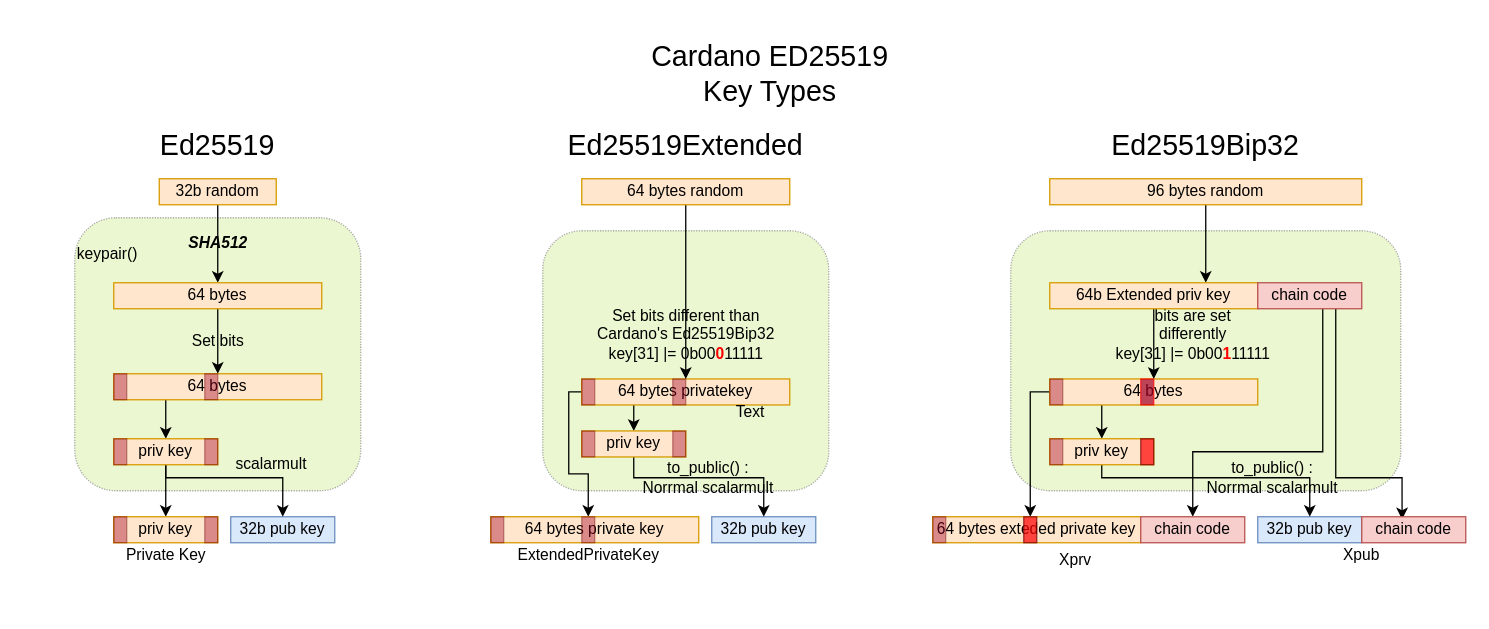
Before: diagrams/Ed25519 Types.drawio in ilap/ShelleyStuffs, a draw.io diagram. Source tidied: cells renumbered, new cells numbered last; positions are measured from the earlier drawing's top-left corner, leaving out a move shared by most shapes. Both pictures are drawn from the tidied source at 130%, with x=0, y=0 at pixel (74, 35).
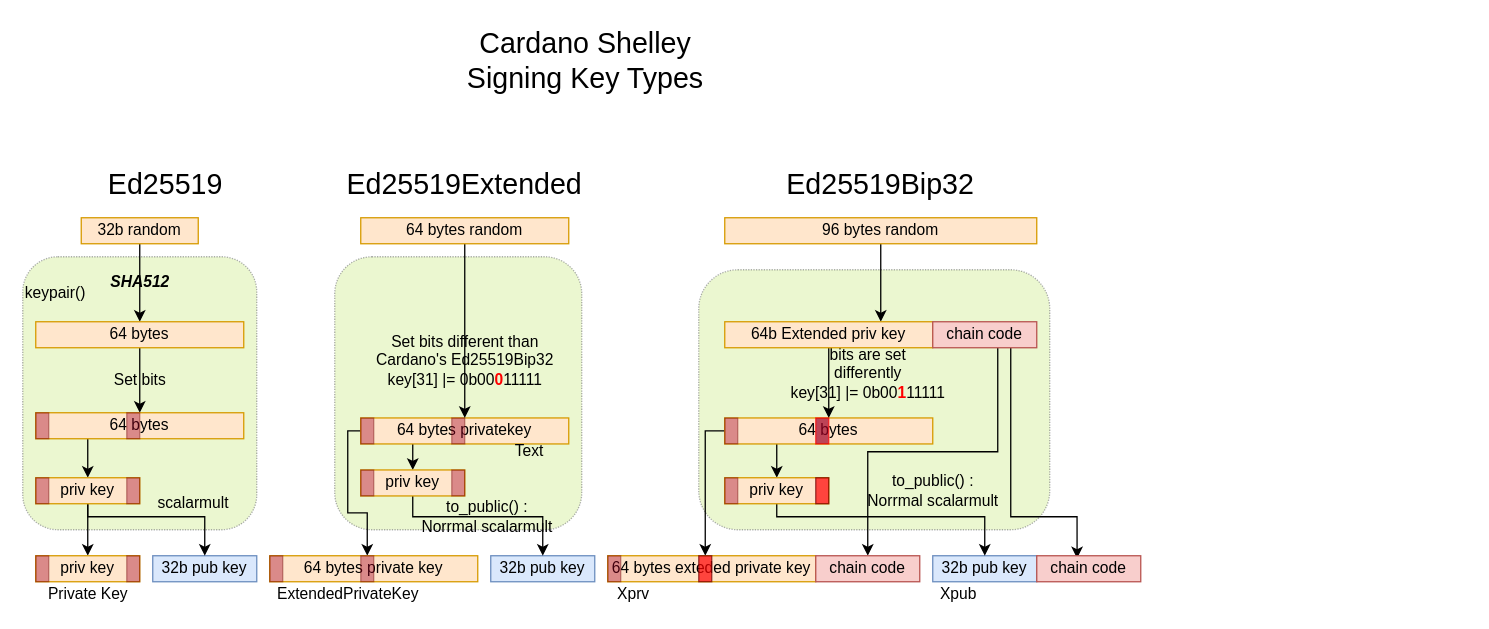
The same diagram, later.

What changed in the source:
```diff
@@
     <mxCell id="2" value="&lt;br&gt;keypair()" style="rounded=1;whiteSpace=wrap;html=1;fontSize=12;opacity=40;align=left;verticalAlign=top;dashed=1;dashPattern=1 1;fillColor=#cdeb8b;strokeColor=#36393d;" parent="1" vertex="1">
-      <mxGeometry y="140" width="220" height="210" as="geometry" />
+      <mxGeometry x="-40" y="170" width="180" height="210" as="geometry" />
     </mxCell>
     <mxCell id="3" style="rounded=1;whiteSpace=wrap;html=1;fontSize=12;opacity=40;align=left;verticalAlign=top;dashed=1;dashPattern=1 1;fillColor=#cdeb8b;strokeColor=#36393d;" parent="1" vertex="1">
-      <mxGeometry x="360" y="150" width="220" height="200" as="geometry" />
+      <mxGeometry x="200" y="170" width="190" height="210" as="geometry" />
     </mxCell>
     <mxCell id="4" style="rounded=1;whiteSpace=wrap;html=1;fontSize=12;opacity=40;align=left;verticalAlign=top;dashed=1;dashPattern=1 1;fillColor=#cdeb8b;strokeColor=#36393d;" parent="1" vertex="1">
-      <mxGeometry x="720" y="150" width="300" height="200" as="geometry" />
+      <mxGeometry x="480" y="180" width="270" height="200" as="geometry" />
     </mxCell>
     <mxCell id="5" style="edgeStyle=orthogonalEdgeStyle;rounded=0;jettySize=auto;html=1;entryX=0.5;entryY=0;entryDx=0;entryDy=0;fontSize=12;" parent="1" edge="1" source="7" target="22">
       <mxGeometry relative="1" as="geometry">
         <Array as="points">
-          <mxPoint x="430" y="294" />
-          <mxPoint x="430" y="294" />
+          <mxPoint x="260" y="324" />
+          <mxPoint x="260" y="324" />
         </Array>
       </mxGeometry>
     </mxCell>
     <mxCell id="6" style="edgeStyle=orthogonalEdgeStyle;rounded=0;jettySize=auto;html=1;entryX=0.5;entryY=0;entryDx=0;entryDy=0;labelBackgroundColor=none;fontSize=12;" parent="1" edge="1" source="7" target="42">
       <mxGeometry relative="1" as="geometry">
         <Array as="points">
-          <mxPoint x="380" y="274" />
-          <mxPoint x="380" y="337" />
-          <mxPoint x="395" y="337" />
+          <mxPoint x="210" y="304" />
+          <mxPoint x="210" y="367" />
+          <mxPoint x="225" y="367" />
         </Array>
       </mxGeometry>
     </mxCell>
     <mxCell id="7" value="64 bytes privatekey" style="rounded=0;whiteSpace=wrap;html=1;fontSize=12;align=center;fillColor=#ffe6cc;strokeColor=#d79b00;fontStyle=0;" parent="1" vertex="1">
-      <mxGeometry x="390" y="264" width="160" height="20" as="geometry" />
+      <mxGeometry x="220" y="294" width="160" height="20" as="geometry" />
     </mxCell>
     <mxCell id="8" style="rounded=0;whiteSpace=wrap;html=1;fontSize=12;align=center;fillColor=#a20025;strokeColor=#6F0000;fontColor=#ffffff;opacity=40;" parent="1" vertex="1">
-      <mxGeometry x="390" y="264" width="10" height="20" as="geometry" />
+      <mxGeometry x="220" y="294" width="10" height="20" as="geometry" />
     </mxCell>
     <mxCell id="9" style="rounded=0;whiteSpace=wrap;html=1;fontSize=12;align=center;fillColor=#a20025;strokeColor=#6F0000;fontColor=#ffffff;opacity=40;" parent="1" vertex="1">
-      <mxGeometry x="460" y="264" width="10" height="20" as="geometry" />
+      <mxGeometry x="290" y="294" width="10" height="20" as="geometry" />
     </mxCell>
-    <mxCell id="10" value="Cardano ED25519 &lt;br&gt;Key Types &lt;br&gt;" style="text;html=1;strokeColor=none;fillColor=none;align=center;verticalAlign=middle;whiteSpace=wrap;rounded=0;fontSize=22;" parent="1" vertex="1">
-      <mxGeometry x="415" width="240" height="60" as="geometry" />
+    <mxCell id="10" value="Cardano Shelley &lt;br&gt;Signing Key Types " style="text;html=1;strokeColor=none;fillColor=none;align=center;verticalAlign=middle;whiteSpace=wrap;rounded=0;fontSize=22;" parent="1" vertex="1">
+      <mxGeometry x="212" y="-10" width="362" height="60" as="geometry" />
     </mxCell>
     <mxCell id="11" value="Ed25519" style="text;html=1;strokeColor=none;fillColor=none;align=center;verticalAlign=middle;whiteSpace=wrap;rounded=0;fontSize=22;" parent="1" vertex="1">
-      <mxGeometry x="55" y="70" width="110" height="30" as="geometry" />
+      <mxGeometry x="15" y="100" width="110" height="30" as="geometry" />
     </mxCell>
     <mxCell id="12" value="Ed25519Extended" style="text;html=1;strokeColor=none;fillColor=none;align=center;verticalAlign=middle;whiteSpace=wrap;rounded=0;fontSize=22;" parent="1" vertex="1">
-      <mxGeometry x="370" y="70" width="200" height="30" as="geometry" />
+      <mxGeometry x="200" y="100" width="200" height="30" as="geometry" />
     </mxCell>
     <mxCell id="13" value="Ed25519Bip32" style="text;html=1;strokeColor=none;fillColor=none;align=center;verticalAlign=middle;whiteSpace=wrap;rounded=0;fontSize=22;" parent="1" vertex="1">
-      <mxGeometry x="770" y="70" width="200" height="30" as="geometry" />
+      <mxGeometry x="520" y="100" width="200" height="30" as="geometry" />
     </mxCell>
@@
     <mxCell id="15" value="32b random" style="rounded=0;whiteSpace=wrap;html=1;fontSize=12;align=center;fillColor=#ffe6cc;strokeColor=#d79b00;" parent="1" vertex="1">
-      <mxGeometry x="65" y="110" width="90" height="20" as="geometry" />
+      <mxGeometry x="5" y="140" width="90" height="20" as="geometry" />
     </mxCell>
     <mxCell id="16" value="Set bits different than &lt;br&gt;Cardano's Ed25519Bip32&lt;br&gt;key[31] |= 0b00&lt;b&gt;&lt;font color=&quot;#ff0000&quot;&gt;0&lt;/font&gt;&lt;/b&gt;11111" style="edgeStyle=orthogonalEdgeStyle;rounded=0;jettySize=auto;html=1;entryX=0.5;entryY=0;entryDx=0;entryDy=0;fontSize=12;labelBackgroundColor=none;" parent="1" edge="1" source="17" target="7">
-      <mxGeometry x="0.49" relative="1" as="geometry">
+      <mxGeometry x="0.34" relative="1" as="geometry">
         <Array as="points">
-          <mxPoint x="470" y="140" />
-          <mxPoint x="470" y="140" />
+          <mxPoint x="300" y="170" />
+          <mxPoint x="300" y="170" />
         </Array>
       </mxGeometry>
     </mxCell>
     <mxCell id="17" value="64 bytes random" style="rounded=0;whiteSpace=wrap;html=1;fontSize=12;align=center;fillColor=#ffe6cc;strokeColor=#d79b00;fontStyle=0;" parent="1" vertex="1">
-      <mxGeometry x="390" y="110" width="160" height="20" as="geometry" />
+      <mxGeometry x="220" y="140" width="160" height="20" as="geometry" />
     </mxCell>
@@
     <mxCell id="19" value="96 bytes random" style="rounded=0;whiteSpace=wrap;html=1;fontSize=12;align=center;fillColor=#ffe6cc;strokeColor=#d79b00;" parent="1" vertex="1">
-      <mxGeometry x="750" y="110" width="240" height="20" as="geometry" />
+      <mxGeometry x="500" y="140" width="240" height="20" as="geometry" />
     </mxCell>
     <mxCell id="20" value="32b pub key" style="rounded=0;whiteSpace=wrap;html=1;fontSize=12;align=center;fillColor=#dae8fc;strokeColor=#6c8ebf;fontStyle=0;" parent="1" vertex="1">
-      <mxGeometry x="490" y="370" width="80" height="20" as="geometry" />
+      <mxGeometry x="320" y="400" width="80" height="20" as="geometry" />
     </mxCell>
     <mxCell id="21" value="to_public() : &lt;br&gt;Norrmal scalarmult" style="edgeStyle=orthogonalEdgeStyle;rounded=0;jettySize=auto;html=1;entryX=0.5;entryY=0;entryDx=0;entryDy=0;fontSize=12;labelBackgroundColor=none;" parent="1" edge="1" source="22" target="20">
       <mxGeometry relative="1" as="geometry">
         <Array as="points">
-          <mxPoint x="430" y="340" />
-          <mxPoint x="530" y="340" />
+          <mxPoint x="260" y="370" />
+          <mxPoint x="360" y="370" />
         </Array>
       </mxGeometry>
     </mxCell>
     <mxCell id="22" value="priv key" style="rounded=0;whiteSpace=wrap;html=1;fontSize=12;align=center;fillColor=#ffe6cc;strokeColor=#d79b00;fontStyle=0;" parent="1" vertex="1">
-      <mxGeometry x="390" y="304" width="80" height="20" as="geometry" />
+      <mxGeometry x="220" y="334" width="80" height="20" as="geometry" />
     </mxCell>
     <mxCell id="23" style="rounded=0;whiteSpace=wrap;html=1;fontSize=12;align=center;fillColor=#a20025;strokeColor=#6F0000;fontColor=#ffffff;opacity=40;" parent="1" vertex="1">
-      <mxGeometry x="390" y="304" width="10" height="20" as="geometry" />
+      <mxGeometry x="220" y="334" width="10" height="20" as="geometry" />
     </mxCell>
     <mxCell id="24" style="rounded=0;whiteSpace=wrap;html=1;fontSize=12;align=center;fillColor=#a20025;strokeColor=#6F0000;fontColor=#ffffff;opacity=40;" parent="1" vertex="1">
-      <mxGeometry x="460" y="304" width="10" height="20" as="geometry" />
+      <mxGeometry x="290" y="334" width="10" height="20" as="geometry" />
     </mxCell>
@@
     <mxCell id="26" value="64 bytes" style="rounded=0;whiteSpace=wrap;html=1;fontSize=12;align=center;fillColor=#ffe6cc;strokeColor=#d79b00;fontStyle=0;" parent="1" vertex="1">
-      <mxGeometry x="30" y="190" width="160" height="20" as="geometry" />
+      <mxGeometry x="-30" y="220" width="160" height="20" as="geometry" />
     </mxCell>
     <mxCell id="27" style="edgeStyle=orthogonalEdgeStyle;rounded=0;jettySize=auto;html=1;entryX=0.5;entryY=0;entryDx=0;entryDy=0;fontSize=12;entryPerimeter=0;" parent="1" edge="1" source="28" target="34">
       <mxGeometry relative="1" as="geometry">
         <Array as="points">
-          <mxPoint x="70" y="290" />
-          <mxPoint x="70" y="290" />
+          <mxPoint x="10" y="320" />
+          <mxPoint x="10" y="320" />
         </Array>
       </mxGeometry>
     </mxCell>
     <mxCell id="28" value="64 bytes" style="rounded=0;whiteSpace=wrap;html=1;fontSize=12;align=center;fillColor=#ffe6cc;strokeColor=#d79b00;fontStyle=0;" parent="1" vertex="1">
-      <mxGeometry x="30" y="260" width="160" height="20" as="geometry" />
+      <mxGeometry x="-30" y="290" width="160" height="20" as="geometry" />
     </mxCell>
     <mxCell id="29" style="rounded=0;whiteSpace=wrap;html=1;fontSize=12;align=center;fillColor=#a20025;strokeColor=#6F0000;fontColor=#ffffff;opacity=40;" parent="1" vertex="1">
-      <mxGeometry x="30" y="260" width="10" height="20" as="geometry" />
+      <mxGeometry x="-30" y="290" width="10" height="20" as="geometry" />
     </mxCell>
     <mxCell id="30" style="rounded=0;whiteSpace=wrap;html=1;fontSize=12;align=center;fillColor=#a20025;strokeColor=#6F0000;fontColor=#ffffff;opacity=40;" parent="1" vertex="1">
-      <mxGeometry x="100" y="260" width="10" height="20" as="geometry" />
+      <mxGeometry x="40" y="290" width="10" height="20" as="geometry" />
     </mxCell>
     <mxCell id="31" value="32b pub key" style="rounded=0;whiteSpace=wrap;html=1;fontSize=12;align=center;fillColor=#dae8fc;strokeColor=#6c8ebf;fontStyle=0;" parent="1" vertex="1">
-      <mxGeometry x="120" y="370" width="80" height="20" as="geometry" />
+      <mxGeometry x="60" y="400" width="80" height="20" as="geometry" />
     </mxCell>
     <mxCell id="32" value="scalarmult" style="edgeStyle=orthogonalEdgeStyle;rounded=0;jettySize=auto;html=1;entryX=0.5;entryY=0;entryDx=0;entryDy=0;fontSize=12;labelBackgroundColor=none;" parent="1" edge="1" source="34" target="31">
       <mxGeometry x="0.38" y="10" relative="1" as="geometry">
         <Array as="points">
-          <mxPoint x="70" y="340" />
-          <mxPoint x="160" y="340" />
+          <mxPoint x="10" y="370" />
+          <mxPoint x="100" y="370" />
         </Array>
         <mxPoint x="1" as="offset" />
       </mxGeometry>
     </mxCell>
@@
     <mxCell id="34" value="priv key" style="rounded=0;whiteSpace=wrap;html=1;fontSize=12;align=center;fillColor=#ffe6cc;strokeColor=#d79b00;fontStyle=0;" parent="1" vertex="1">
-      <mxGeometry x="30" y="310" width="80" height="20" as="geometry" />
+      <mxGeometry x="-30" y="340" width="80" height="20" as="geometry" />
     </mxCell>
     <mxCell id="35" style="rounded=0;whiteSpace=wrap;html=1;fontSize=12;align=center;fillColor=#a20025;strokeColor=#6F0000;fontColor=#ffffff;opacity=40;" parent="1" vertex="1">
-      <mxGeometry x="30" y="310" width="10" height="20" as="geometry" />
+      <mxGeometry x="-30" y="340" width="10" height="20" as="geometry" />
     </mxCell>
     <mxCell id="36" style="rounded=0;whiteSpace=wrap;html=1;fontSize=12;align=center;fillColor=#a20025;strokeColor=#6F0000;fontColor=#ffffff;opacity=40;" parent="1" vertex="1">
-      <mxGeometry x="100" y="310" width="10" height="20" as="geometry" />
+      <mxGeometry x="40" y="340" width="10" height="20" as="geometry" />
     </mxCell>
     <mxCell id="37" value="priv key" style="rounded=0;whiteSpace=wrap;html=1;fontSize=12;align=center;fillColor=#ffe6cc;strokeColor=#d79b00;fontStyle=0;" parent="1" vertex="1">
-      <mxGeometry x="30" y="370" width="80" height="20" as="geometry" />
+      <mxGeometry x="-30" y="400" width="80" height="20" as="geometry" />
     </mxCell>
     <mxCell id="38" style="rounded=0;whiteSpace=wrap;html=1;fontSize=12;align=center;fillColor=#a20025;strokeColor=#6F0000;fontColor=#ffffff;opacity=40;" parent="1" vertex="1">
-      <mxGeometry x="30" y="370" width="10" height="20" as="geometry" />
+      <mxGeometry x="-30" y="400" width="10" height="20" as="geometry" />
     </mxCell>
     <mxCell id="39" style="rounded=0;whiteSpace=wrap;html=1;fontSize=12;align=center;fillColor=#a20025;strokeColor=#6F0000;fontColor=#ffffff;opacity=40;" parent="1" vertex="1">
-      <mxGeometry x="100" y="370" width="10" height="20" as="geometry" />
+      <mxGeometry x="40" y="400" width="10" height="20" as="geometry" />
     </mxCell>
     <mxCell id="40" value="64 bytes private key" style="rounded=0;whiteSpace=wrap;html=1;fontSize=12;align=center;fillColor=#ffe6cc;strokeColor=#d79b00;fontStyle=0;" parent="1" vertex="1">
-      <mxGeometry x="320" y="370" width="160" height="20" as="geometry" />
+      <mxGeometry x="150" y="400" width="160" height="20" as="geometry" />
     </mxCell>
     <mxCell id="41" style="rounded=0;whiteSpace=wrap;html=1;fontSize=12;align=center;fillColor=#a20025;strokeColor=#6F0000;fontColor=#ffffff;opacity=40;" parent="1" vertex="1">
-      <mxGeometry x="320" y="370" width="10" height="20" as="geometry" />
+      <mxGeometry x="150" y="400" width="10" height="20" as="geometry" />
     </mxCell>
     <mxCell id="42" style="rounded=0;whiteSpace=wrap;html=1;fontSize=12;align=center;fillColor=#a20025;strokeColor=#6F0000;fontColor=#ffffff;opacity=40;" parent="1" vertex="1">
-      <mxGeometry x="390" y="370" width="10" height="20" as="geometry" />
+      <mxGeometry x="220" y="400" width="10" height="20" as="geometry" />
     </mxCell>
     <mxCell id="43" style="edgeStyle=orthogonalEdgeStyle;rounded=0;jettySize=auto;html=1;entryX=0.5;entryY=0;entryDx=0;entryDy=0;fontSize=12;" parent="1" edge="1" source="45" target="49">
       <mxGeometry relative="1" as="geometry">
         <Array as="points">
-          <mxPoint x="790" y="300" />
-          <mxPoint x="790" y="300" />
+          <mxPoint x="540" y="330" />
+          <mxPoint x="540" y="330" />
         </Array>
       </mxGeometry>
     </mxCell>
     <mxCell id="44" style="edgeStyle=orthogonalEdgeStyle;rounded=0;jettySize=auto;html=1;entryX=0.5;entryY=0;entryDx=0;entryDy=0;labelBackgroundColor=none;fontSize=12;" parent="1" edge="1" source="45" target="54">
       <mxGeometry relative="1" as="geometry">
         <Array as="points">
-          <mxPoint x="735" y="274" />
+          <mxPoint x="485" y="304" />
         </Array>
       </mxGeometry>
     </mxCell>
     <mxCell id="45" value="64 bytes" style="rounded=0;whiteSpace=wrap;html=1;fontSize=12;align=center;fillColor=#ffe6cc;strokeColor=#d79b00;fontStyle=0;" parent="1" vertex="1">
-      <mxGeometry x="750" y="264" width="160" height="20" as="geometry" />
+      <mxGeometry x="500" y="294" width="160" height="20" as="geometry" />
     </mxCell>
     <mxCell id="46" style="rounded=0;whiteSpace=wrap;html=1;fontSize=12;align=center;fillColor=#a20025;strokeColor=#6F0000;fontColor=#ffffff;opacity=40;" parent="1" vertex="1">
-      <mxGeometry x="750" y="264" width="10" height="20" as="geometry" />
+      <mxGeometry x="500" y="294" width="10" height="20" as="geometry" />
     </mxCell>
     <mxCell id="47" value="32b pub key" style="rounded=0;whiteSpace=wrap;html=1;fontSize=12;align=center;fillColor=#dae8fc;strokeColor=#6c8ebf;fontStyle=0;" parent="1" vertex="1">
-      <mxGeometry x="910" y="370" width="80" height="20" as="geometry" />
+      <mxGeometry x="660" y="400" width="80" height="20" as="geometry" />
     </mxCell>
     <mxCell id="48" value="to_public() : &lt;br&gt;Norrmal scalarmult" style="edgeStyle=orthogonalEdgeStyle;rounded=0;jettySize=auto;html=1;entryX=0.5;entryY=0;entryDx=0;entryDy=0;fontSize=12;labelBackgroundColor=none;" parent="1" edge="1" source="49" target="47">
-      <mxGeometry x="0.41" relative="1" as="geometry">
+      <mxGeometry x="0.3" y="20" relative="1" as="geometry">
         <Array as="points">
-          <mxPoint x="790" y="340" />
-          <mxPoint x="950" y="340" />
+          <mxPoint x="540" y="370" />
+          <mxPoint x="700" y="370" />
         </Array>
       </mxGeometry>
     </mxCell>
     <mxCell id="49" value="priv key" style="rounded=0;whiteSpace=wrap;html=1;fontSize=12;align=center;fillColor=#ffe6cc;strokeColor=#d79b00;fontStyle=0;" parent="1" vertex="1">
-      <mxGeometry x="750" y="310" width="80" height="20" as="geometry" />
+      <mxGeometry x="500" y="340" width="80" height="20" as="geometry" />
     </mxCell>
     <mxCell id="50" style="rounded=0;whiteSpace=wrap;html=1;fontSize=12;align=center;fillColor=#a20025;strokeColor=#6F0000;fontColor=#ffffff;opacity=40;" parent="1" vertex="1">
-      <mxGeometry x="750" y="310" width="10" height="20" as="geometry" />
+      <mxGeometry x="500" y="340" width="10" height="20" as="geometry" />
     </mxCell>
     <mxCell id="51" style="rounded=0;whiteSpace=wrap;html=1;fontSize=12;align=center;strokeColor=#6F0000;fontColor=#ffffff;opacity=70;fillColor=#FF0000;" parent="1" vertex="1">
-      <mxGeometry x="820" y="310" width="10" height="20" as="geometry" />
+      <mxGeometry x="570" y="340" width="10" height="20" as="geometry" />
     </mxCell>
     <mxCell id="52" value="64 bytes exteded private key" style="rounded=0;whiteSpace=wrap;html=1;fontSize=12;align=center;fillColor=#ffe6cc;strokeColor=#d79b00;fontStyle=0;" parent="1" vertex="1">
-      <mxGeometry x="660" y="370" width="160" height="20" as="geometry" />
+      <mxGeometry x="410" y="400" width="160" height="20" as="geometry" />
     </mxCell>
     <mxCell id="53" style="rounded=0;whiteSpace=wrap;html=1;fontSize=12;align=center;fillColor=#a20025;strokeColor=#6F0000;fontColor=#ffffff;opacity=40;" parent="1" vertex="1">
-      <mxGeometry x="660" y="370" width="10" height="20" as="geometry" />
+      <mxGeometry x="410" y="400" width="10" height="20" as="geometry" />
     </mxCell>
     <mxCell id="54" style="rounded=0;whiteSpace=wrap;html=1;fontSize=12;align=center;strokeColor=#6F0000;fontColor=#ffffff;opacity=70;fillColor=#FF0000;" parent="1" vertex="1">
-      <mxGeometry x="730" y="370" width="10" height="20" as="geometry" />
+      <mxGeometry x="480" y="400" width="10" height="20" as="geometry" />
     </mxCell>
@@
     <mxCell id="56" value="64b Extended priv key" style="rounded=0;whiteSpace=wrap;html=1;fontSize=12;align=center;fillColor=#ffe6cc;strokeColor=#d79b00;" parent="1" vertex="1">
-      <mxGeometry x="750" y="190" width="160" height="20" as="geometry" />
+      <mxGeometry x="500" y="220" width="160" height="20" as="geometry" />
     </mxCell>
     <mxCell id="57" style="edgeStyle=orthogonalEdgeStyle;rounded=0;jettySize=auto;html=1;entryX=0.388;entryY=0.1;entryDx=0;entryDy=0;entryPerimeter=0;labelBackgroundColor=none;fontSize=12;" parent="1" edge="1" source="59" target="60">
       <mxGeometry relative="1" as="geometry">
         <Array as="points">
-          <mxPoint x="970" y="340" />
-          <mxPoint x="1021" y="340" />
+          <mxPoint x="720" y="370" />
+          <mxPoint x="771" y="370" />
         </Array>
       </mxGeometry>
     </mxCell>
     <mxCell id="58" style="edgeStyle=orthogonalEdgeStyle;rounded=0;jettySize=auto;html=1;entryX=0.5;entryY=0;entryDx=0;entryDy=0;labelBackgroundColor=none;fontSize=12;" parent="1" edge="1" source="59" target="61">
       <mxGeometry relative="1" as="geometry">
         <Array as="points">
-          <mxPoint x="960" y="320" />
-          <mxPoint x="860" y="320" />
+          <mxPoint x="710" y="320" />
+          <mxPoint x="610" y="320" />
         </Array>
       </mxGeometry>
     </mxCell>
     <mxCell id="59" value="chain code" style="rounded=0;whiteSpace=wrap;html=1;fontSize=12;align=center;fillColor=#f8cecc;strokeColor=#b85450;" parent="1" vertex="1">
-      <mxGeometry x="910" y="190" width="80" height="20" as="geometry" />
+      <mxGeometry x="660" y="220" width="80" height="20" as="geometry" />
     </mxCell>
     <mxCell id="60" value="chain code" style="rounded=0;whiteSpace=wrap;html=1;fontSize=12;align=center;fillColor=#f8cecc;strokeColor=#b85450;" parent="1" vertex="1">
-      <mxGeometry x="990" y="370" width="80" height="20" as="geometry" />
+      <mxGeometry x="740" y="400" width="80" height="20" as="geometry" />
     </mxCell>
     <mxCell id="61" value="chain code" style="rounded=0;whiteSpace=wrap;html=1;fontSize=12;align=center;fillColor=#f8cecc;strokeColor=#b85450;" parent="1" vertex="1">
-      <mxGeometry x="820" y="370" width="80" height="20" as="geometry" />
+      <mxGeometry x="570" y="400" width="80" height="20" as="geometry" />
     </mxCell>
     <mxCell id="62" value="Text" style="text;html=1;strokeColor=none;fillColor=none;align=center;verticalAlign=middle;whiteSpace=wrap;rounded=0;dashed=1;dashPattern=1 1;labelBackgroundColor=none;fontSize=12;opacity=40;" parent="1" vertex="1">
-      <mxGeometry x="500" y="280" width="40" height="20" as="geometry" />
+      <mxGeometry x="330" y="310" width="40" height="20" as="geometry" />
     </mxCell>
     <mxCell id="63" value="ExtendedPrivateKey" style="text;html=1;align=center;verticalAlign=middle;fontSize=12;" parent="1" vertex="1">
-      <mxGeometry x="335" y="390" width="120" height="20" as="geometry" />
+      <mxGeometry x="150" y="420" width="120" height="20" as="geometry" />
     </mxCell>
     <mxCell id="64" value="Private Key" style="text;html=1;align=center;verticalAlign=middle;fontSize=12;" parent="1" vertex="1">
-      <mxGeometry x="30" y="390" width="80" height="20" as="geometry" />
+      <mxGeometry x="-30" y="420" width="80" height="20" as="geometry" />
     </mxCell>
     <mxCell id="65" value="Xprv" style="text;html=1;strokeColor=none;fillColor=none;align=center;verticalAlign=middle;whiteSpace=wrap;rounded=0;dashed=1;dashPattern=1 1;labelBackgroundColor=none;fontSize=12;opacity=40;" parent="1" vertex="1">
-      <mxGeometry x="750" y="394" width="40" height="20" as="geometry" />
+      <mxGeometry x="410" y="420" width="40" height="20" as="geometry" />
     </mxCell>
     <mxCell id="66" value="Xpub" style="text;html=1;strokeColor=none;fillColor=none;align=center;verticalAlign=middle;whiteSpace=wrap;rounded=0;dashed=1;dashPattern=1 1;labelBackgroundColor=none;fontSize=12;opacity=40;" parent="1" vertex="1">
-      <mxGeometry x="970" y="390" width="40" height="20" as="geometry" />
+      <mxGeometry x="660" y="420" width="40" height="20" as="geometry" />
     </mxCell>
     <mxCell id="67" style="rounded=0;whiteSpace=wrap;html=1;fontSize=12;align=center;fillColor=#a20025;fontColor=#ffffff;opacity=70;strokeColor=#FF0000;" parent="1" vertex="1">
-      <mxGeometry x="820" y="264" width="10" height="20" as="geometry" />
+      <mxGeometry x="570" y="294" width="10" height="20" as="geometry" />
     </mxCell>
```
